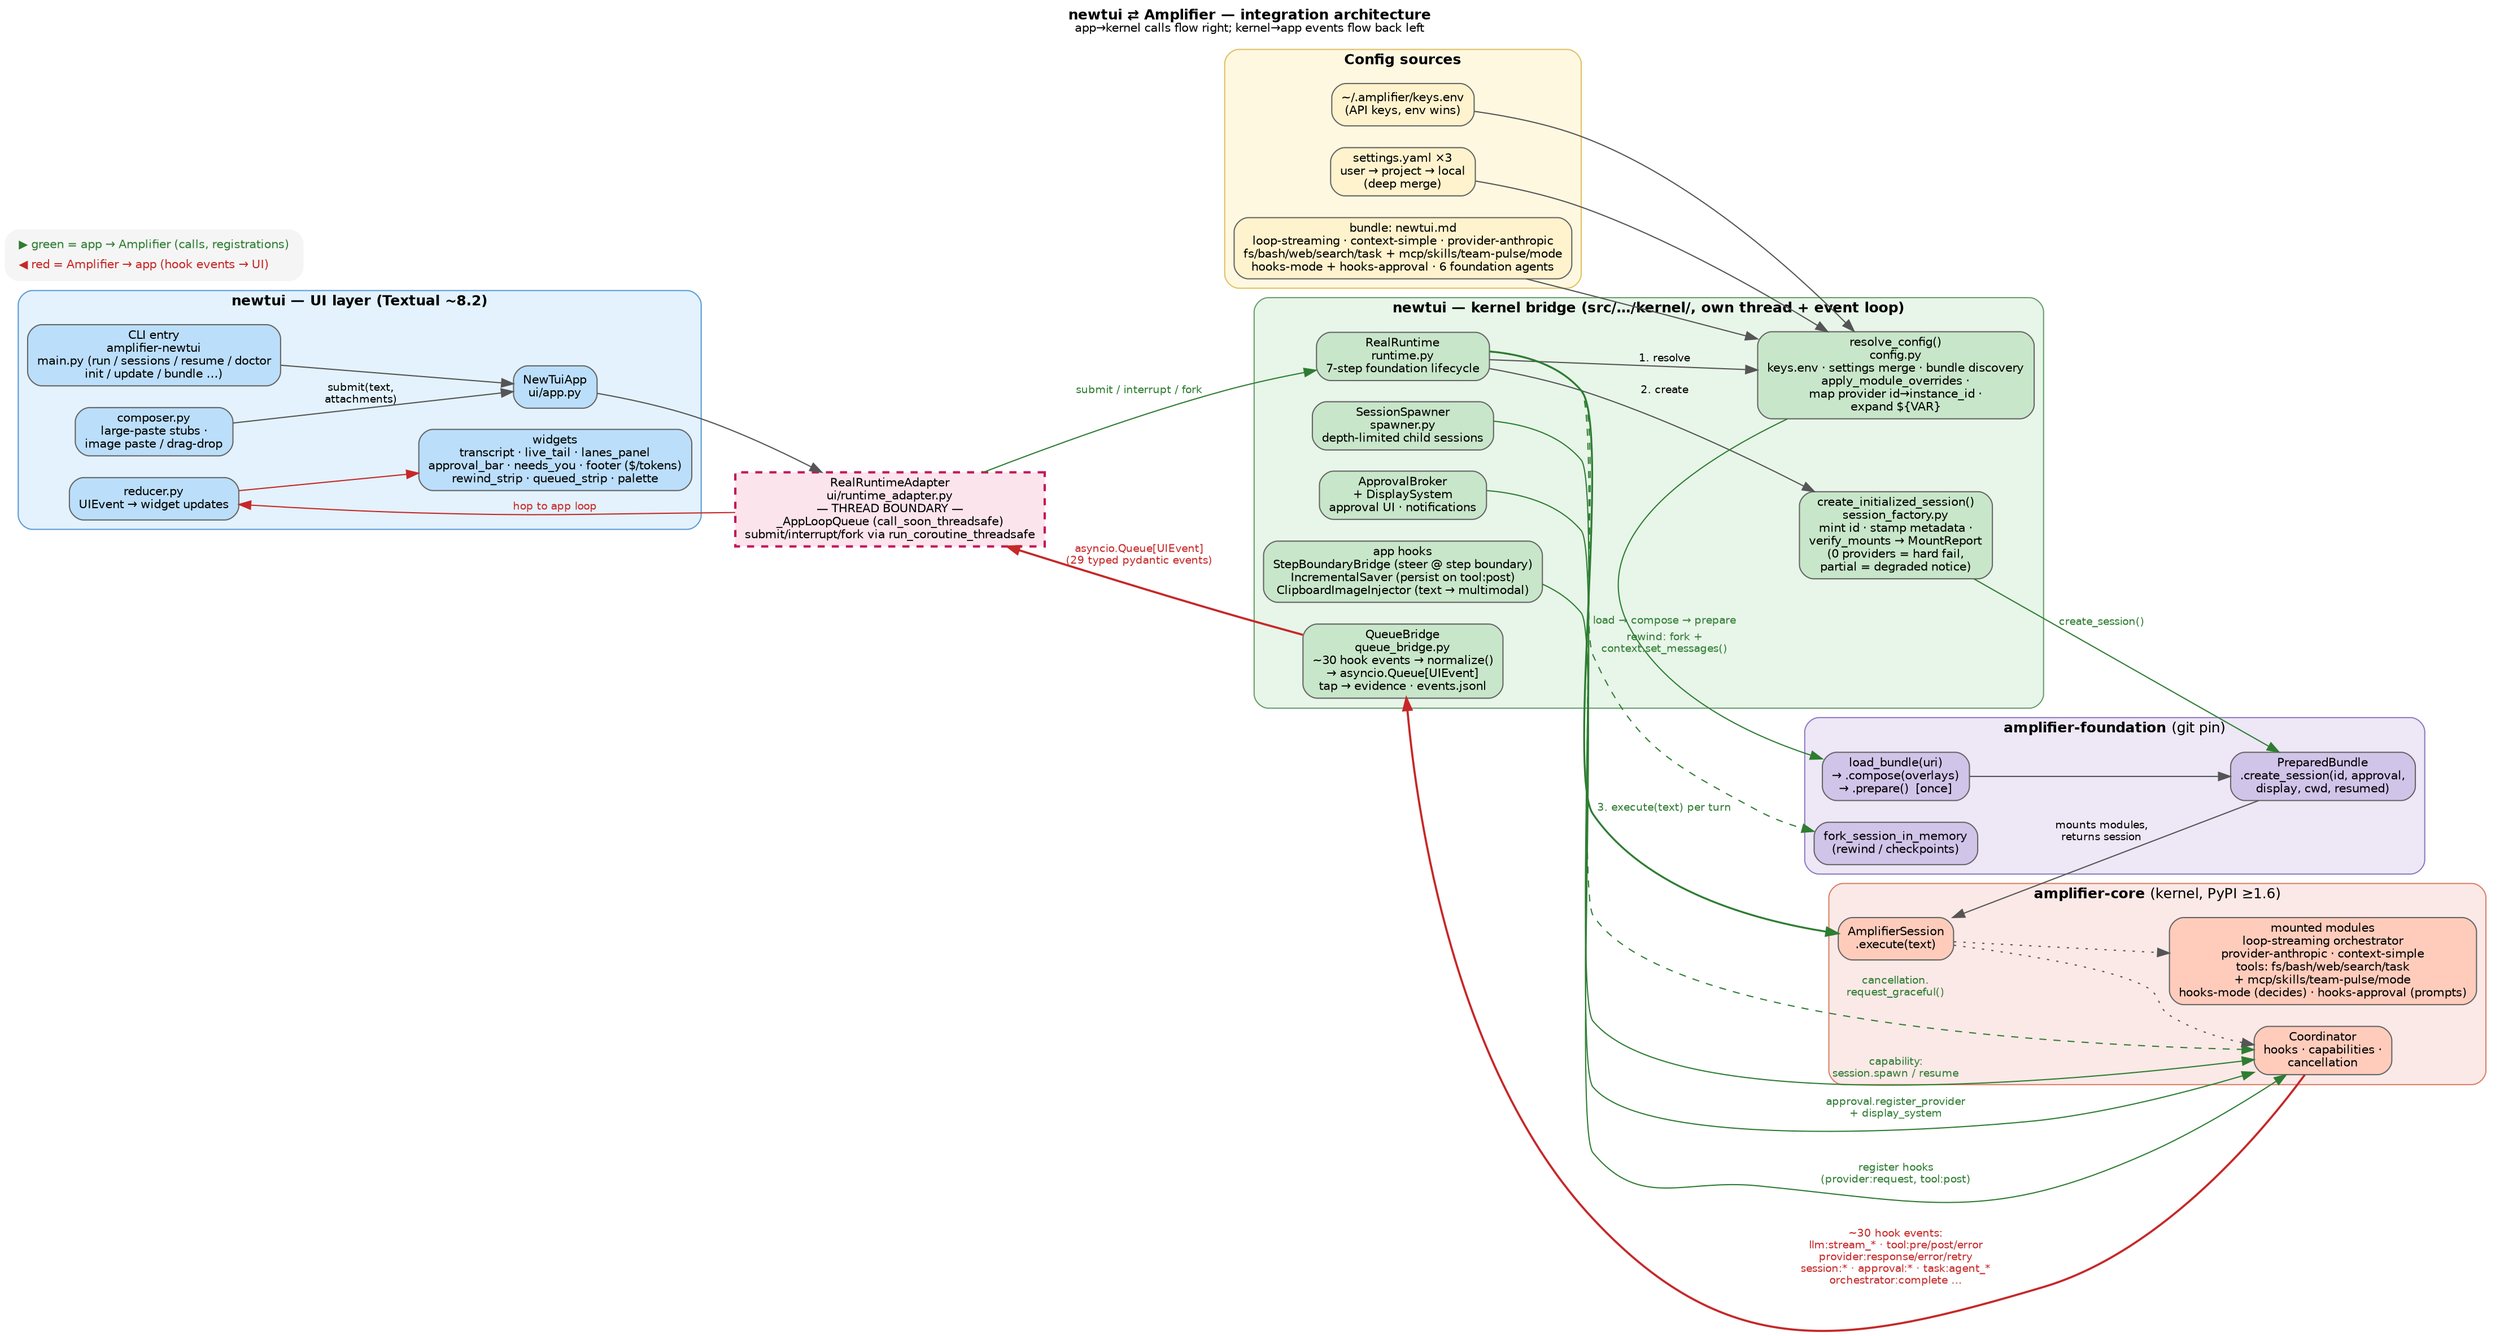
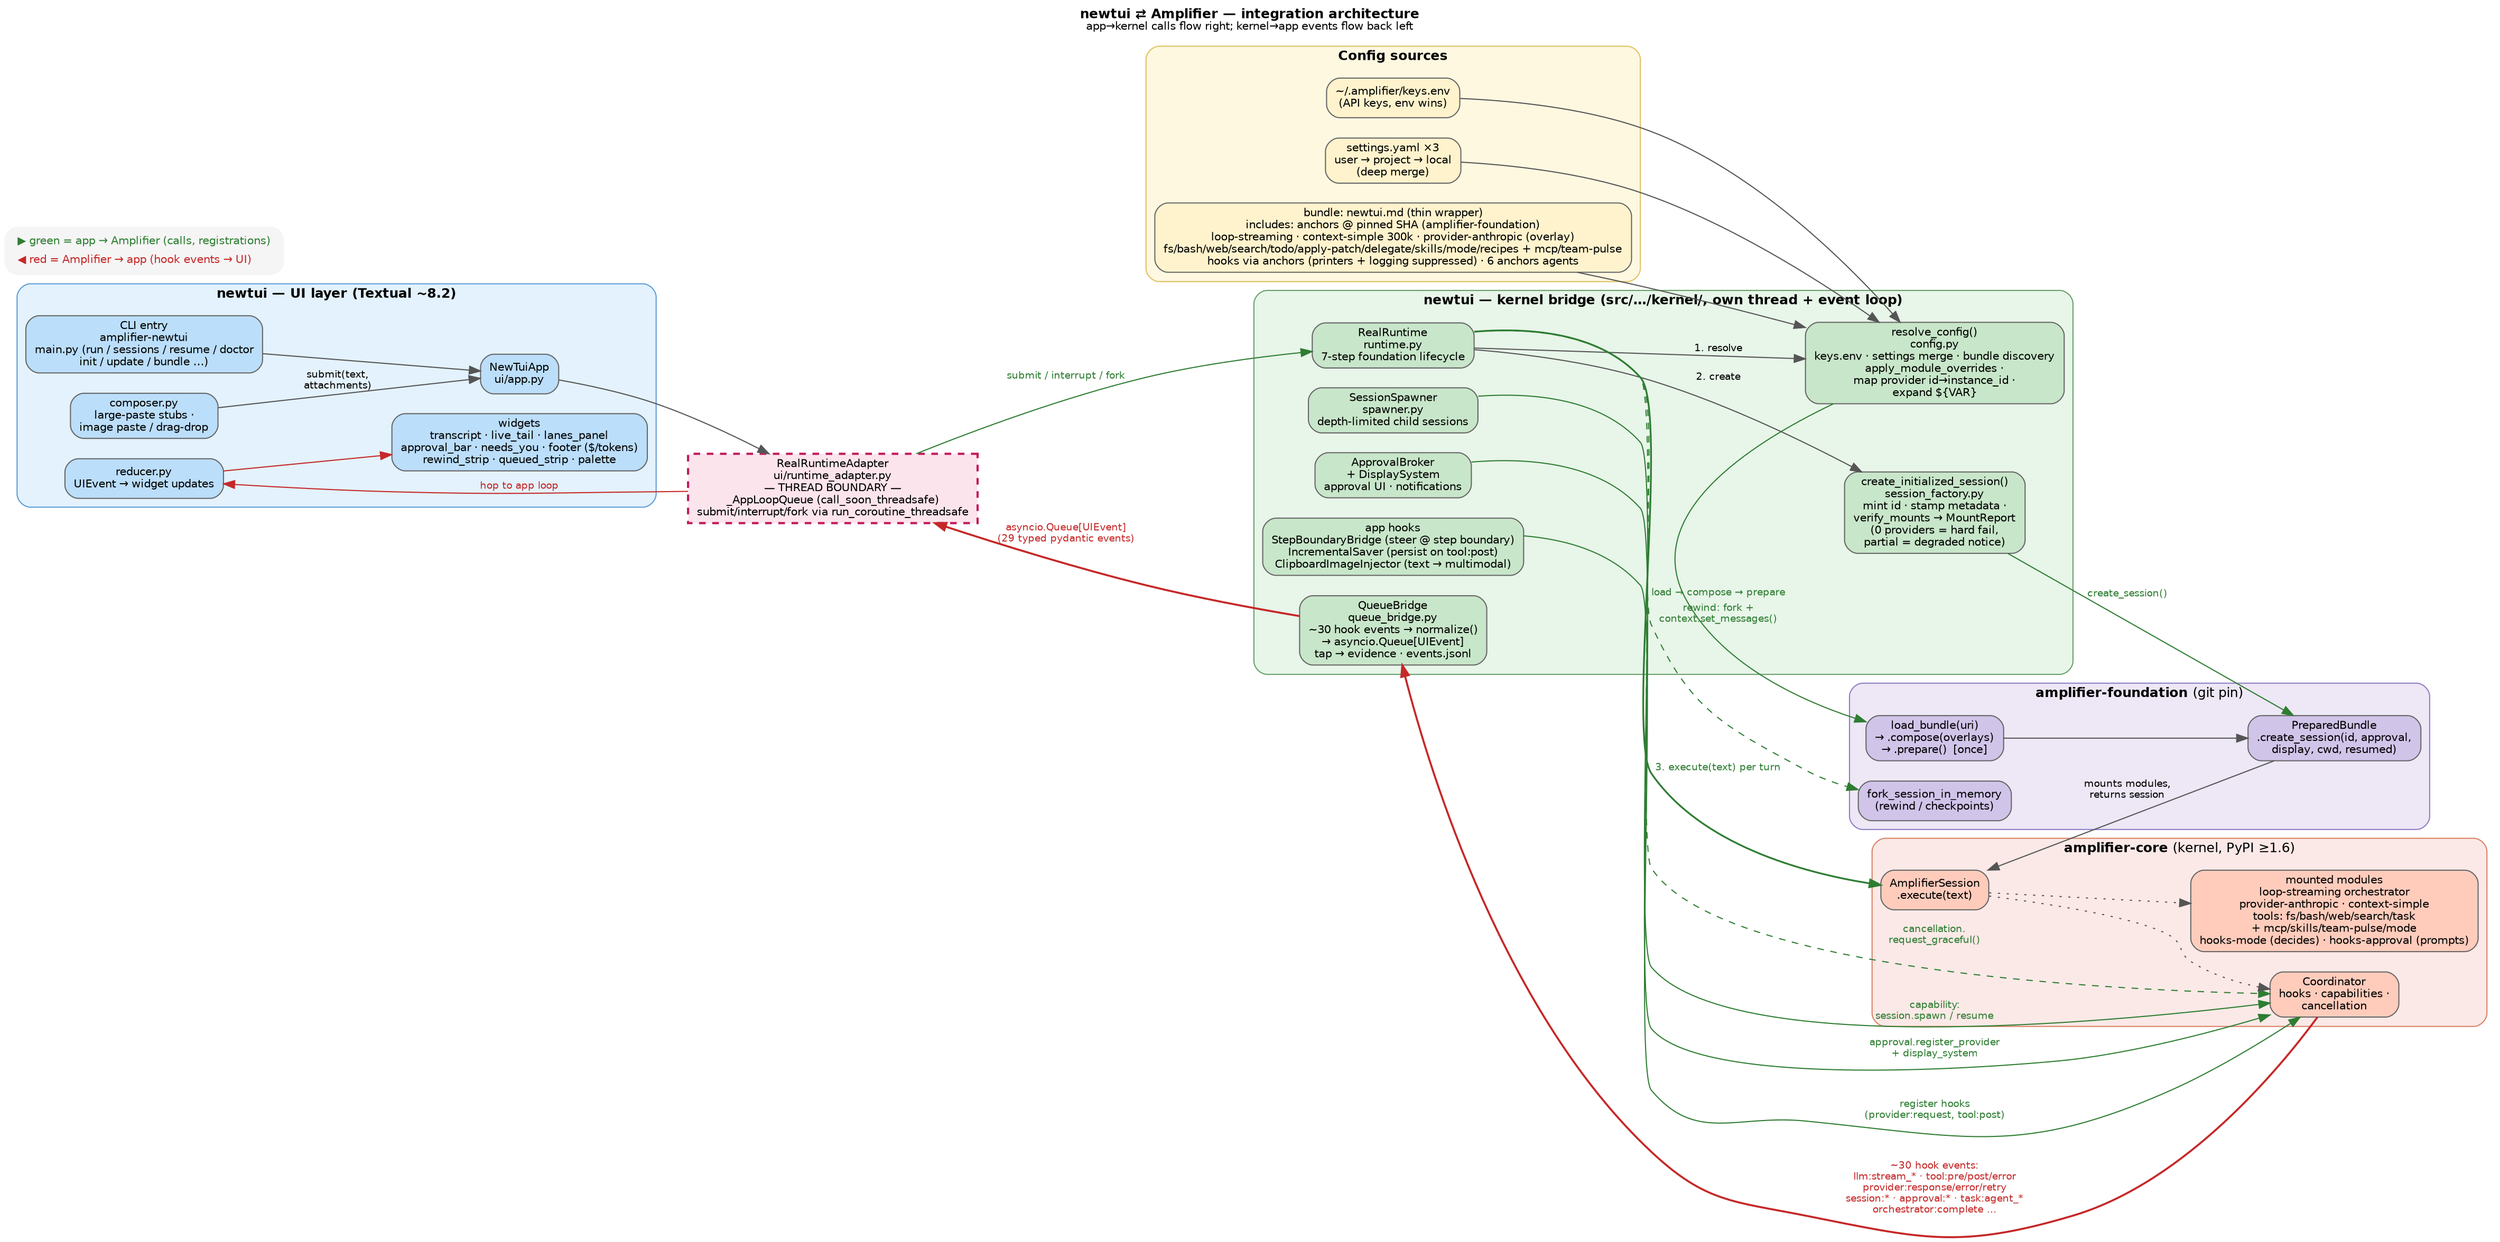
// How newtui connects to and leverages Amplifier
// Render: dot -Tpng newtui-amplifier-integration.dot -o newtui-amplifier-integration.png
digraph newtui_amplifier {
    rankdir=LR;
    compound=true;
    fontname="Helvetica";
    fontsize=12;
    labelloc=t;
    label=<<b>newtui ⇄ Amplifier — integration architecture</b><br/><font point-size="10">app→kernel calls flow right; kernel→app events flow back left</font>>;
    node [fontname="Helvetica", fontsize=10, shape=box, style="rounded,filled", fillcolor="#f5f5f5", color="#666666"];
    edge [fontname="Helvetica", fontsize=9, color="#555555"];

    // ============ CONFIG SOURCES ============
    subgraph cluster_config {
        label=<<b>Config sources</b>>;
        style="rounded,filled"; fillcolor="#fff8e1"; color="#e0c060";
        keys_env      [label="~/.amplifier/keys.env\n(API keys, env wins)", fillcolor="#fff3cd"];
        settings      [label="settings.yaml ×3\nuser → project → local\n(deep merge)", fillcolor="#fff3cd"];
-         bundle_md     [label="bundle: newtui.md\nloop-streaming · context-simple · provider-anthropic\nfs/bash/web/search/task + mcp/skills/team-pulse/mode\nhooks-mode + hooks-approval · 6 foundation agents", fillcolor="#fff3cd"];
+         bundle_md     [label="bundle: newtui.md (thin wrapper)\nincludes: anchors @ pinned SHA (amplifier-foundation)\nloop-streaming · context-simple 300k · provider-anthropic (overlay)\nfs/bash/web/search/todo/apply-patch/delegate/skills/mode/recipes + mcp/team-pulse\nhooks via anchors (printers + logging suppressed) · 6 anchors agents", fillcolor="#fff3cd"];
    }

    // ============ NEWTUI: UI LAYER (Textual) ============
    subgraph cluster_ui {
        label=<<b>newtui — UI layer (Textual ~8.2)</b>>;
        style="rounded,filled"; fillcolor="#e3f2fd"; color="#5b9bd5";
        cli       [label="CLI entry\namplifier-newtui\nmain.py (run / sessions / resume / doctor\ninit / update / bundle …)", fillcolor="#bbdefb"];
        app       [label="NewTuiApp\nui/app.py", fillcolor="#bbdefb"];
        reducer   [label="reducer.py\nUIEvent → widget updates", fillcolor="#bbdefb"];
        composer  [label="composer.py\nlarge-paste stubs ·\nimage paste / drag-drop", fillcolor="#bbdefb"];
        widgets   [label="widgets\ntranscript · live_tail · lanes_panel\napproval_bar · needs_you · footer ($/tokens)\nrewind_strip · queued_strip · palette", fillcolor="#bbdefb"];
    }

    // ============ THREAD BOUNDARY ============
    adapter [label="RealRuntimeAdapter\nui/runtime_adapter.py\n— THREAD BOUNDARY —\n_AppLoopQueue (call_soon_threadsafe)\nsubmit/interrupt/fork via run_coroutine_threadsafe",
             shape=box, style="filled,dashed", fillcolor="#fce4ec", color="#c2185b", penwidth=2];

    // ============ NEWTUI: KERNEL BRIDGE ============
    subgraph cluster_bridge {
        label=<<b>newtui — kernel bridge (src/…/kernel/, own thread + event loop)</b>>;
        style="rounded,filled"; fillcolor="#e8f5e9"; color="#66a06b";
        runtime   [label="RealRuntime\nruntime.py\n7-step foundation lifecycle", fillcolor="#c8e6c9"];
        config    [label="resolve_config()\nconfig.py\nkeys.env · settings merge · bundle discovery\napply_module_overrides ·\nmap provider id→instance_id ·\nexpand ${VAR}", fillcolor="#c8e6c9"];
        factory   [label="create_initialized_session()\nsession_factory.py\nmint id · stamp metadata ·\nverify_mounts → MountReport\n(0 providers = hard fail,\npartial = degraded notice)", fillcolor="#c8e6c9"];
        qbridge   [label="QueueBridge\nqueue_bridge.py\n~30 hook events → normalize()\n→ asyncio.Queue[UIEvent]\ntap → evidence · events.jsonl", fillcolor="#c8e6c9"];
        spawner   [label="SessionSpawner\nspawner.py\ndepth-limited child sessions", fillcolor="#c8e6c9"];
        broker    [label="ApprovalBroker\n+ DisplaySystem\napproval UI · notifications", fillcolor="#c8e6c9"];
        apphooks  [label="app hooks\nStepBoundaryBridge (steer @ step boundary)\nIncrementalSaver (persist on tool:post)\nClipboardImageInjector (text → multimodal)", fillcolor="#c8e6c9"];
    }

    // ============ AMPLIFIER FOUNDATION ============
    subgraph cluster_foundation {
        label=<<b>amplifier-foundation</b> (git pin)>;
        style="rounded,filled"; fillcolor="#ede7f6"; color="#8e7cc3";
        loadbundle [label="load_bundle(uri)\n→ .compose(overlays)\n→ .prepare()  [once]", fillcolor="#d1c4e9"];
        prepared   [label="PreparedBundle\n.create_session(id, approval,\ndisplay, cwd, resumed)", fillcolor="#d1c4e9"];
        fork       [label="fork_session_in_memory\n(rewind / checkpoints)", fillcolor="#d1c4e9"];
    }

    // ============ AMPLIFIER CORE ============
    subgraph cluster_core {
        label=<<b>amplifier-core</b> (kernel, PyPI ≥1.6)>;
        style="rounded,filled"; fillcolor="#fbe9e7"; color="#d98066";
        session   [label="AmplifierSession\n.execute(text)", fillcolor="#ffccbc"];
        coord     [label="Coordinator\nhooks · capabilities ·\ncancellation", fillcolor="#ffccbc"];
        modules   [label="mounted modules\nloop-streaming orchestrator\nprovider-anthropic · context-simple\ntools: fs/bash/web/search/task\n+ mcp/skills/team-pulse/mode\nhooks-mode (decides) · hooks-approval (prompts)", fillcolor="#ffccbc"];
    }

    // ---------- config feeds ----------
    keys_env  -> config;
    settings  -> config;
    bundle_md -> config;

    // ---------- UI spine (app → amplifier) ----------
    cli      -> app;
    composer -> app [label="submit(text,\nattachments)"];
    app      -> adapter;
    adapter  -> runtime [label="submit / interrupt / fork", color="#2e7d32", fontcolor="#2e7d32"];
    runtime  -> config  [label="1. resolve"];
    config   -> loadbundle [label="load → compose → prepare", color="#2e7d32", fontcolor="#2e7d32"];
    loadbundle -> prepared;
    runtime  -> factory [label="2. create"];
    factory  -> prepared [label="create_session()", color="#2e7d32", fontcolor="#2e7d32"];
    prepared -> session [label="mounts modules,\nreturns session"];
    session  -> modules [style=dotted];
    session  -> coord   [style=dotted];
    runtime  -> session [label="3. execute(text) per turn", color="#2e7d32", fontcolor="#2e7d32", penwidth=1.6];

    // ---------- capabilities & hooks the app gives the kernel ----------
    spawner  -> coord [label="capability:\nsession.spawn / resume", color="#2e7d32", fontcolor="#2e7d32"];
    broker   -> coord [label="approval.register_provider\n+ display_system", color="#2e7d32", fontcolor="#2e7d32"];
    apphooks -> coord [label="register hooks\n(provider:request, tool:post)", color="#2e7d32", fontcolor="#2e7d32"];
    runtime  -> coord [label="cancellation.\nrequest_graceful()", color="#2e7d32", fontcolor="#2e7d32", style=dashed];
    runtime  -> fork  [label="rewind: fork +\ncontext.set_messages()", color="#2e7d32", fontcolor="#2e7d32", style=dashed];

    // ---------- event flow back (amplifier → app) ----------
    coord   -> qbridge [label="~30 hook events:\nllm:stream_* · tool:pre/post/error\nprovider:response/error/retry\nsession:* · approval:* · task:agent_*\norchestrator:complete …",
                        color="#c62828", fontcolor="#c62828", penwidth=1.8];
    qbridge -> adapter [label="asyncio.Queue[UIEvent]\n(29 typed pydantic events)", color="#c62828", fontcolor="#c62828", penwidth=1.8];
    adapter -> reducer [label="hop to app loop", color="#c62828", fontcolor="#c62828"];
    reducer -> widgets [color="#c62828"];

    // legend
    legend [shape=plaintext, label=<
      <table border="0" cellborder="0" cellspacing="2">
        <tr><td align="left"><font color="#2e7d32">▶ green = app → Amplifier (calls, registrations)</font></td></tr>
        <tr><td align="left"><font color="#c62828">◀ red = Amplifier → app (hook events → UI)</font></td></tr>
      </table>>];
}
